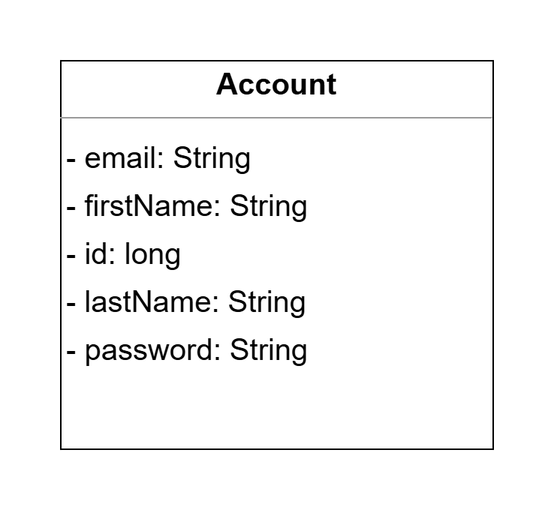
Earlier version of the draw.io export diagrams/current/ERDiagram.png (yehandesilva/monkeyPoll). Source tidied: cells renumbered, new cells last; positions are measured from the earlier drawing's top-left corner, leaving out a move shared by most shapes.
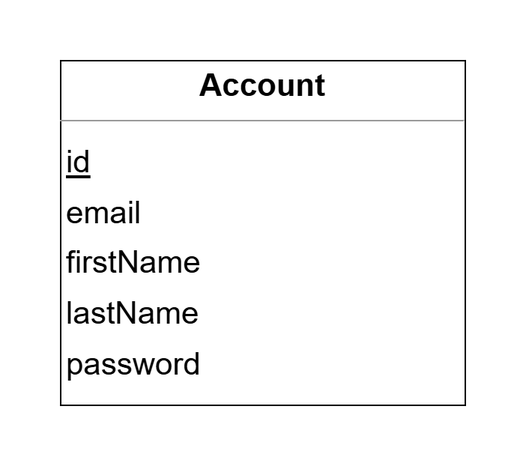
The same diagram one commit later.

Diff of the diagram source:
```diff
@@ -2,8 +2,8 @@
   <root>
     <mxCell id="0" />
     <mxCell id="1" parent="0" />
-    <mxCell id="2" value="&lt;p style=&quot;margin: 4px 0px 0px; text-align: center; font-size: 20px;&quot;&gt;&lt;b&gt;Account&lt;/b&gt;&lt;/p&gt;&lt;hr style=&quot;font-size: 20px;&quot; size=&quot;1&quot;&gt;&lt;p style=&quot;margin: 0px 0px 0px 4px; line-height: 1.6; font-size: 20px;&quot;&gt;&lt;font style=&quot;font-size: 20px;&quot;&gt;- email: String&lt;br&gt;- firstName: String&lt;br&gt;- id: long&lt;br&gt;- lastName: String&lt;br&gt;- password: String&lt;/font&gt;&lt;/p&gt;" style="verticalAlign=top;align=left;overflow=fill;fontSize=14;fontFamily=Helvetica;html=1;rounded=0;shadow=0;comic=0;labelBackgroundColor=none;strokeWidth=1;" parent="1" vertex="1">
-      <mxGeometry width="288" height="259" as="geometry" />
+    <mxCell id="2" value="&lt;p style=&quot;margin: 4px 0px 0px; text-align: center; font-size: 21px;&quot;&gt;&lt;b style=&quot;&quot;&gt;&lt;font style=&quot;font-size: 21px;&quot;&gt;Account&lt;/font&gt;&lt;/b&gt;&lt;/p&gt;&lt;hr style=&quot;font-size: 21px;&quot; size=&quot;1&quot;&gt;&lt;p style=&quot;margin: 0px 0px 0px 4px; line-height: 1.6; font-size: 21px;&quot;&gt;&lt;font style=&quot;font-size: 21px;&quot;&gt;&lt;u&gt;id&lt;br&gt;&lt;/u&gt;&lt;/font&gt;&lt;/p&gt;&lt;p style=&quot;margin: 0px 0px 0px 4px; line-height: 1.6; font-size: 21px;&quot;&gt;&lt;font style=&quot;font-size: 21px;&quot;&gt;email&lt;br&gt;firstName&lt;br&gt;lastName&lt;br&gt;password&lt;/font&gt;&lt;/p&gt;" style="verticalAlign=top;align=left;overflow=fill;fontSize=14;fontFamily=Helvetica;html=1;rounded=0;shadow=0;comic=0;labelBackgroundColor=none;strokeWidth=1;" parent="1" vertex="1">
+      <mxGeometry width="270" height="230" as="geometry" />
     </mxCell>
   </root>
 </mxGraphModel>
```
